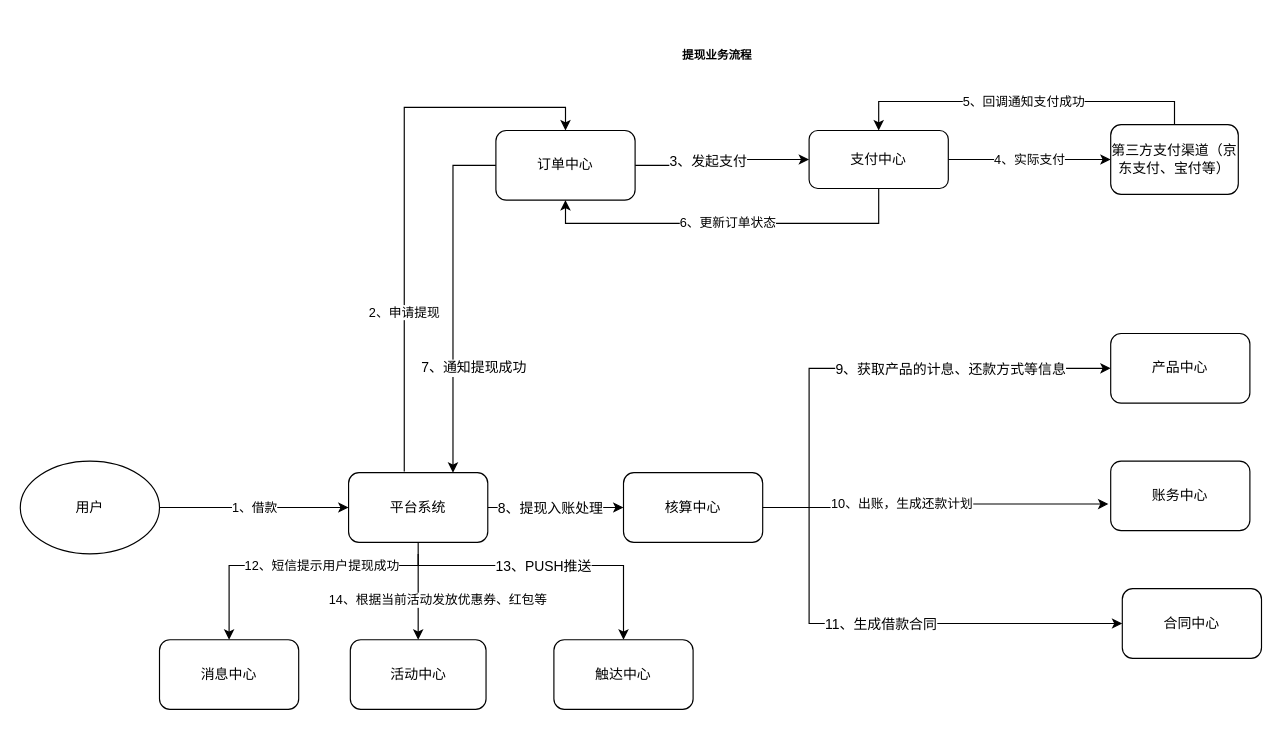
The draw.io diagram 自营幸福花APP/H5提现流程.drawio in scc2867466176/wm, before the edit. Source tidied: cells renumbered, new cells numbered last; positions are measured from the earlier drawing's top-left corner, leaving out a move shared by most shapes. Both pictures are drawn from the tidied source at 116%, with x=0, y=0 at pixel (20, 20).
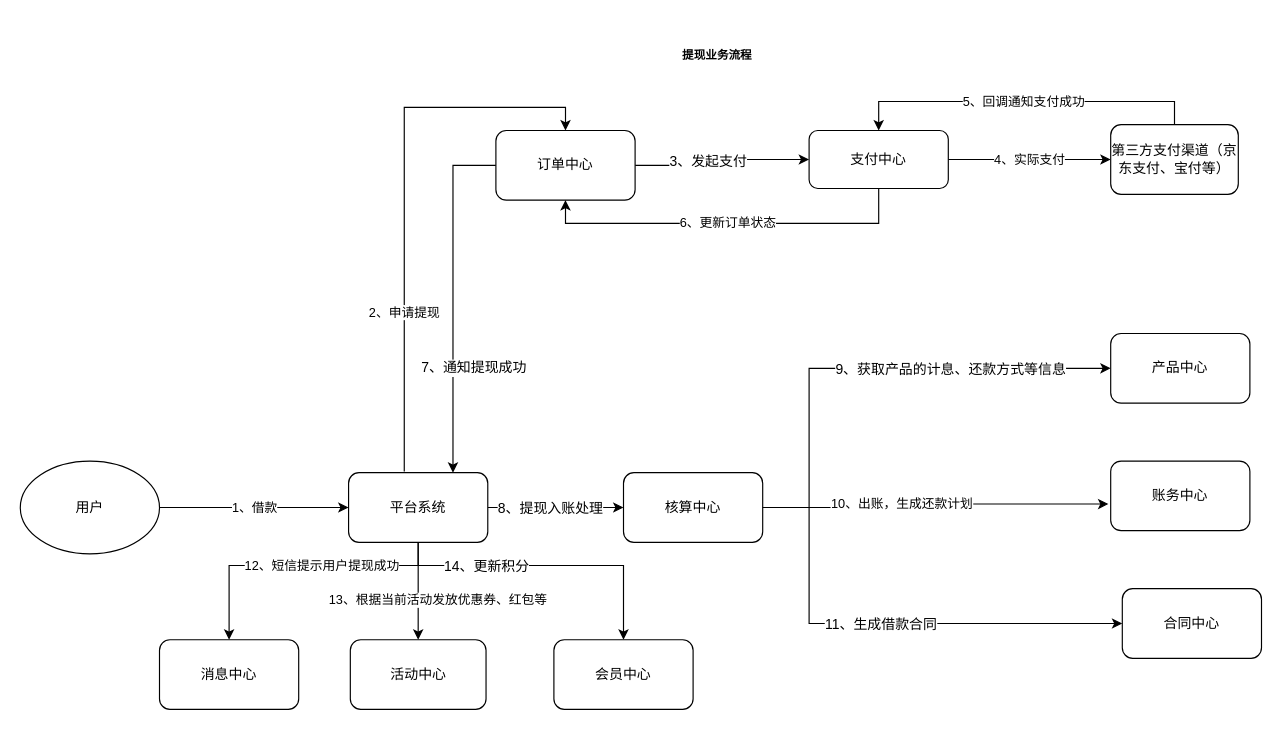
The same diagram, later.

Commit message:
更新H5提现流程.drawio

The change refers to these unchanged cells:
```xml
<mxCell id="11" value="平台系统" style="rounded=1;whiteSpace=wrap;html=1;" parent="1" vertex="1">
  <mxGeometry x="283" y="390" width="120" height="60" as="geometry" />
</mxCell>
<mxCell id="32" value="活动中心" style="rounded=1;whiteSpace=wrap;html=1;" parent="1" vertex="1">
  <mxGeometry x="284.5" y="534" width="117" height="60" as="geometry" />
</mxCell>
```

Diff of the diagram source:
```diff
@@
-    <mxCell id="7" value="14、根据当前活动发放优惠券、红包等" style="edgeStyle=orthogonalEdgeStyle;rounded=0;jettySize=auto;html=1;" parent="1" edge="1" source="11" target="32">
+    <mxCell id="7" value="13、根据当前活动发放优惠券、红包等" style="edgeStyle=orthogonalEdgeStyle;rounded=0;jettySize=auto;html=1;" parent="1" edge="1" source="11" target="32">
       <mxGeometry x="0.19" y="17" relative="1" as="geometry" />
     </mxCell>
-    <mxCell id="8" style="edgeStyle=orthogonalEdgeStyle;rounded=0;jettySize=auto;html=1;entryX=0.5;entryY=0;entryDx=0;entryDy=0;" parent="1" edge="1" target="34">
-      <mxGeometry relative="1" as="geometry">
-        <mxPoint x="343" y="460" as="sourcePoint" />
-        <Array as="points">
-          <mxPoint x="343" y="470" />
-          <mxPoint x="520" y="470" />
-        </Array>
-      </mxGeometry>
-    </mxCell>
-    <mxCell id="9" value="13、PUSH推送" style="text;html=1;align=center;verticalAlign=middle;labelBackgroundColor=#ffffff;" parent="8" vertex="1">
-      <mxGeometry x="-0.05" y="-5" relative="1" as="geometry">
-        <mxPoint x="-2" y="-5" as="offset" />
-      </mxGeometry>
-    </mxCell>
@@
+    <mxCell id="35" style="edgeStyle=orthogonalEdgeStyle;rounded=0;jettySize=auto;html=1;entryX=0.5;entryY=0;entryDx=0;entryDy=0;" parent="1" edge="1" source="11" target="37">
+      <mxGeometry relative="1" as="geometry">
+        <Array as="points">
+          <mxPoint x="343" y="470" />
+          <mxPoint x="520" y="470" />
+        </Array>
+      </mxGeometry>
+    </mxCell>
+    <mxCell id="36" value="14、更新积分" style="text;html=1;align=center;verticalAlign=middle;labelBackgroundColor=#ffffff;" parent="35" vertex="1">
+      <mxGeometry x="0.1" y="4" relative="1" as="geometry">
+        <mxPoint x="-65.5" y="4" as="offset" />
+      </mxGeometry>
+    </mxCell>
@@
-    <mxCell id="34" value="触达中心" style="rounded=1;whiteSpace=wrap;html=1;" parent="1" vertex="1">
-      <mxGeometry x="460" y="534" width="120" height="60" as="geometry" />
-    </mxCell>
+    <mxCell id="37" value="会员中心" style="rounded=1;whiteSpace=wrap;html=1;" parent="1" vertex="1">
+      <mxGeometry x="460" y="534" width="120" height="60" as="geometry" />
+    </mxCell>
```
